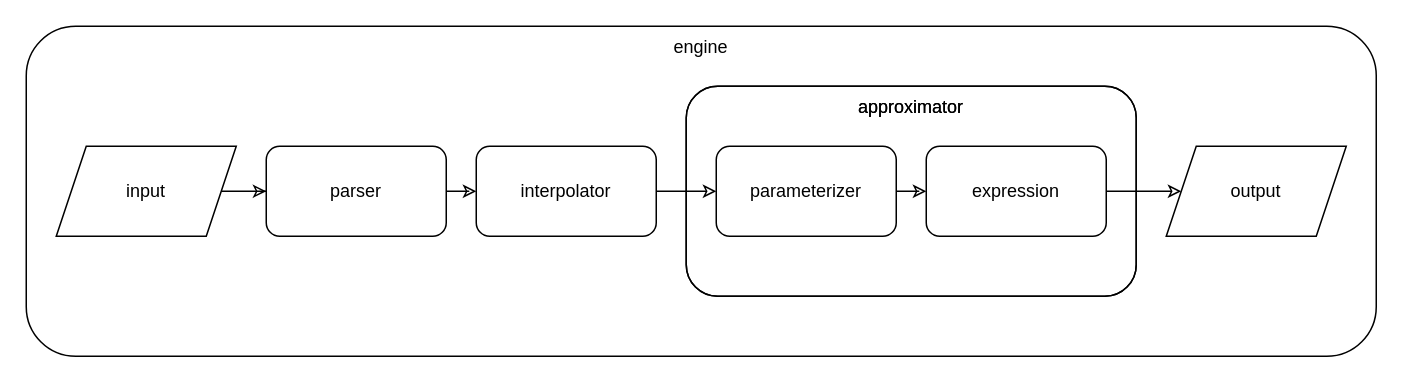
deftasparagusanaconda/gapprox keeps this draw.io diagram as documentation/diagrams/engine.drawio. Above is the earlier version. Source tidied: cells renumbered, new cells numbered last; positions are measured from the earlier drawing's top-left corner, leaving out a move shared by most shapes. Both pictures are drawn from the tidied source at 150%, with x=0, y=0 at pixel (26, 26).
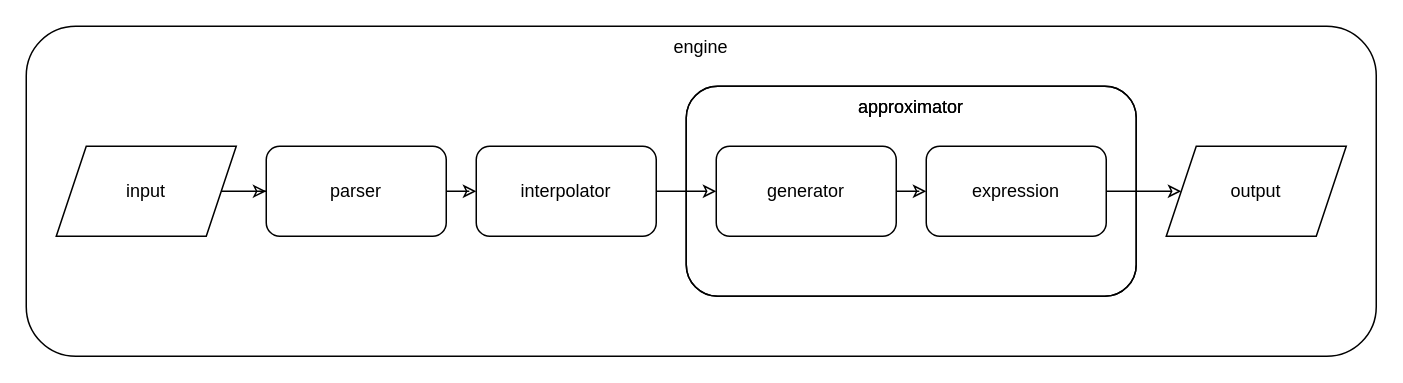
The same page after the edit.

Change to the diagram source:
```diff
@@
 <mxGraphModel>
   <root>
     <mxCell id="0" />
     <mxCell id="1" parent="0" />
     <mxCell id="2" value="&lt;div&gt;engine&lt;/div&gt;&lt;div&gt;&lt;br&gt;&lt;/div&gt;" style="rounded=1;whiteSpace=wrap;html=1;fillColor=none;align=center;fontColor=light-dark(#000000,#FFFFFF);verticalAlign=top;spacingTop=0;fontFamily=Jetbrains Mono;fontSize=12;fillOpacity=0;" parent="1" vertex="1">
       <mxGeometry width="900" height="220" as="geometry" />
     </mxCell>
     <mxCell id="3" value="&lt;div&gt;approximator&lt;/div&gt;" style="rounded=1;whiteSpace=wrap;html=1;verticalAlign=top;fillColor=none;align=center;fontFamily=Jetbrains Mono;fontSize=12;fontColor=light-dark(#000000,#FFFFFF);fillOpacity=0;" parent="1" vertex="1">
       <mxGeometry x="440" y="40" width="300" height="140" as="geometry" />
     </mxCell>
     <mxCell id="4" value="&lt;div&gt;approximator&lt;/div&gt;" style="rounded=1;whiteSpace=wrap;html=1;verticalAlign=top;fillColor=none;align=center;fontFamily=Jetbrains Mono;fontSize=12;fontColor=light-dark(#000000,#FFFFFF);fillOpacity=0;" parent="1" vertex="1">
       <mxGeometry x="440" y="40" width="300" height="140" as="geometry" />
     </mxCell>
     <mxCell id="5" style="edgeStyle=orthogonalEdgeStyle;rounded=1;jettySize=auto;html=1;fontFamily=Jetbrains Mono;fontSize=12;fontColor=light-dark(#000000,#FFFFFF);fillOpacity=0;" parent="1" edge="1" source="6" target="8">
       <mxGeometry relative="1" as="geometry" />
     </mxCell>
-    <mxCell id="6" value="&lt;div&gt;parameterizer&lt;/div&gt;" style="rounded=1;whiteSpace=wrap;html=1;fontFamily=Jetbrains Mono;fontSize=12;fontColor=light-dark(#000000,#FFFFFF);fillOpacity=0;" parent="1" vertex="1">
+    <mxCell id="6" value="generator" style="rounded=1;whiteSpace=wrap;html=1;fontFamily=Jetbrains Mono;fontSize=12;fontColor=light-dark(#000000,#FFFFFF);fillOpacity=0;" parent="1" vertex="1">
       <mxGeometry x="460" y="80" width="120" height="60" as="geometry" />
     </mxCell>
     <mxCell id="7" style="edgeStyle=orthogonalEdgeStyle;rounded=0;jettySize=auto;html=1;fontSize=12;fontColor=light-dark(#000000,#FFFFFF);fillOpacity=0;fontFamily=Jetbrains Mono;" parent="1" edge="1" source="8" target="13">
       <mxGeometry relative="1" as="geometry" />
     </mxCell>
     <mxCell id="8" value="&lt;div&gt;expression&lt;/div&gt;" style="rounded=1;whiteSpace=wrap;html=1;fontFamily=Jetbrains Mono;fontSize=12;fontColor=light-dark(#000000,#FFFFFF);fillOpacity=0;" parent="1" vertex="1">
       <mxGeometry x="600" y="80" width="120" height="60" as="geometry" />
     </mxCell>
     <mxCell id="9" style="edgeStyle=orthogonalEdgeStyle;rounded=1;jettySize=auto;html=1;fontFamily=Jetbrains Mono;fontSize=12;fontColor=light-dark(#000000,#FFFFFF);fillOpacity=0;" parent="1" edge="1" source="10" target="6">
       <mxGeometry relative="1" as="geometry" />
     </mxCell>
     <mxCell id="10" value="&lt;div&gt;interpolator&lt;/div&gt;" style="rounded=1;whiteSpace=wrap;html=1;fontFamily=Jetbrains Mono;fontSize=12;fontColor=light-dark(#000000,#FFFFFF);fillOpacity=0;" parent="1" vertex="1">
       <mxGeometry x="300" y="80" width="120" height="60" as="geometry" />
     </mxCell>
     <mxCell id="11" style="edgeStyle=orthogonalEdgeStyle;rounded=1;jettySize=auto;html=1;fontFamily=Jetbrains Mono;fontSize=12;fontColor=light-dark(#000000,#FFFFFF);fillOpacity=0;" parent="1" edge="1" source="12" target="10">
       <mxGeometry relative="1" as="geometry" />
     </mxCell>
     <mxCell id="12" value="parser" style="rounded=1;whiteSpace=wrap;html=1;fontFamily=Jetbrains Mono;fontSize=12;fontColor=light-dark(#000000,#FFFFFF);fillOpacity=0;" parent="1" vertex="1">
       <mxGeometry x="160" y="80" width="120" height="60" as="geometry" />
     </mxCell>
     <mxCell id="13" value="&lt;div&gt;output&lt;/div&gt;" style="shape=parallelogram;perimeter=parallelogramPerimeter;whiteSpace=wrap;html=1;fixedSize=1;fontSize=12;fontColor=light-dark(#000000,#FFFFFF);fillOpacity=0;fontFamily=Jetbrains Mono;" parent="1" vertex="1">
       <mxGeometry x="760" y="80" width="120" height="60" as="geometry" />
     </mxCell>
     <mxCell id="14" style="edgeStyle=orthogonalEdgeStyle;rounded=0;jettySize=auto;html=1;fontSize=12;fontColor=light-dark(#000000,#FFFFFF);fillOpacity=0;fontFamily=Jetbrains Mono;" parent="1" edge="1" source="15" target="12">
       <mxGeometry relative="1" as="geometry" />
     </mxCell>
     <mxCell id="15" value="input" style="shape=parallelogram;perimeter=parallelogramPerimeter;whiteSpace=wrap;html=1;fixedSize=1;fontSize=12;fontColor=light-dark(#000000,#FFFFFF);fillOpacity=0;fontFamily=Jetbrains Mono;" parent="1" vertex="1">
       <mxGeometry x="20" y="80" width="120" height="60" as="geometry" />
     </mxCell>
   </root>
 </mxGraphModel>
```
